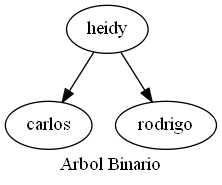
hr9457/EDD_1S2020_PY1_201314296 keeps this Graphviz diagram as Reportes/Arbol.png. Above is the earlier version. Its source is kept beside it as ArchivosDot/Arbol.dot.
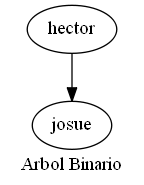
After the change.

Diff of the diagram source:
```diff
@@ -1,10 +1,8 @@
 digraph arbol
 {
 rankdir=TB;
-nodoheidy[ label = "heidy"];
-nodoheidy->nodocarlos
-nodocarlos[ label = "carlos"];
-nodoheidy->nodorodrigo
-nodorodrigo[ label = "rodrigo"];
+nodohector[ label = "hector"];
+nodohector->nodojosue
+nodojosue[ label = "josue"];
 label = " Arbol Binario "
 }
```
